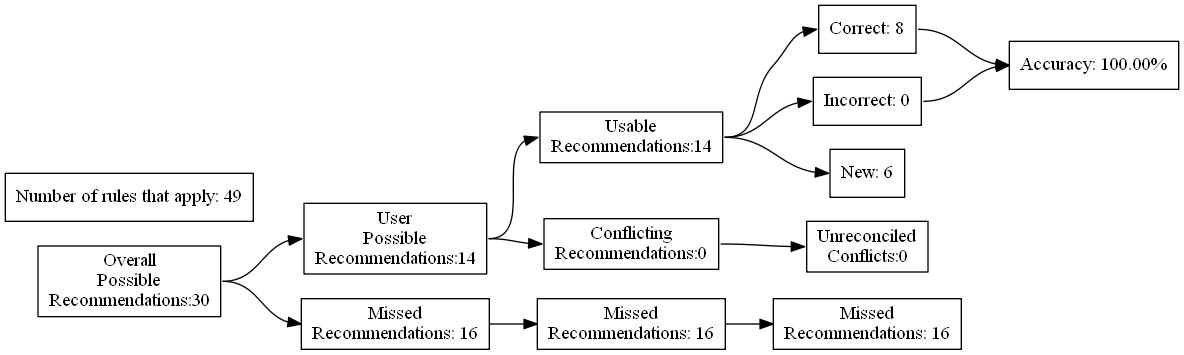
The Graphviz diagram test_renders/28.gv.png in ZaxR/ibd_diet_analysis, before a commit. Its source is kept beside it as test_renders/28.gv.
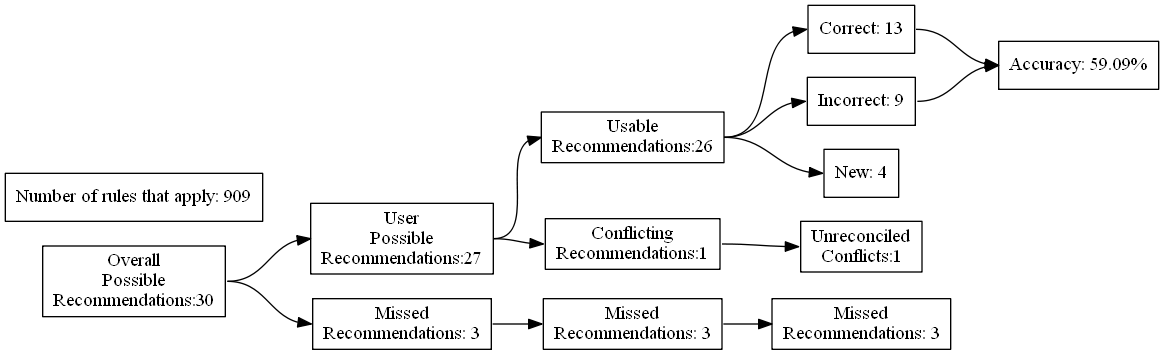
The same file after the commit.

Change to the diagram source:
```diff
@@ -7,24 +7,24 @@
 Recommendations:30"]
 		B [label="User
 Possible
-Recommendations:14"]
+Recommendations:27"]
 		C [label="Missed
-Recommendations: 16"]
+Recommendations: 3"]
 		D [label="Usable
-Recommendations:14"]
+Recommendations:26"]
 		E [label="Conflicting
-Recommendations:0"]
+Recommendations:1"]
 		J [label="Missed
-Recommendations: 16"]
+Recommendations: 3"]
 		M [label="Unreconciled
-Conflicts:0"]
-		F [label="Correct: 8"]
-		G [label="Incorrect: 0"]
-		H [label="New: 6"]
+Conflicts:1"]
+		F [label="Correct: 13"]
+		G [label="Incorrect: 9"]
+		H [label="New: 4"]
 		K [label="Missed
-Recommendations: 16"]
-		I [label="Accuracy: 100.00%"]
-		l [label="Number of rules that apply: 49"]
+Recommendations: 3"]
+		I [label="Accuracy: 59.09%"]
+		l [label="Number of rules that apply: 909"]
 			A -> B
 			A -> C
 			B -> D
```
